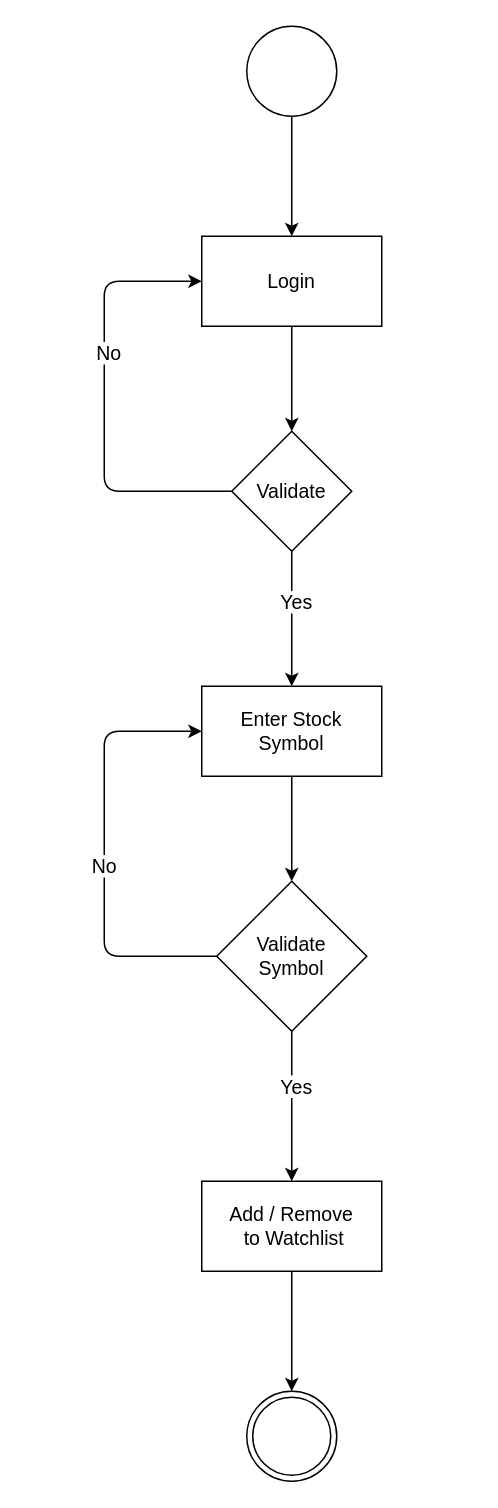
Earlier version of the draw.io diagram diagrams/Watchlist Activity.drawio (httpshahan/Pakistan-Stock-Exchange-Simulator). Source tidied: cells renumbered, new cells numbered last; positions are measured from the earlier drawing's top-left corner, leaving out a move shared by most shapes. Both pictures are drawn from the tidied source at 150%, with x=0, y=0 at pixel (104, 26).
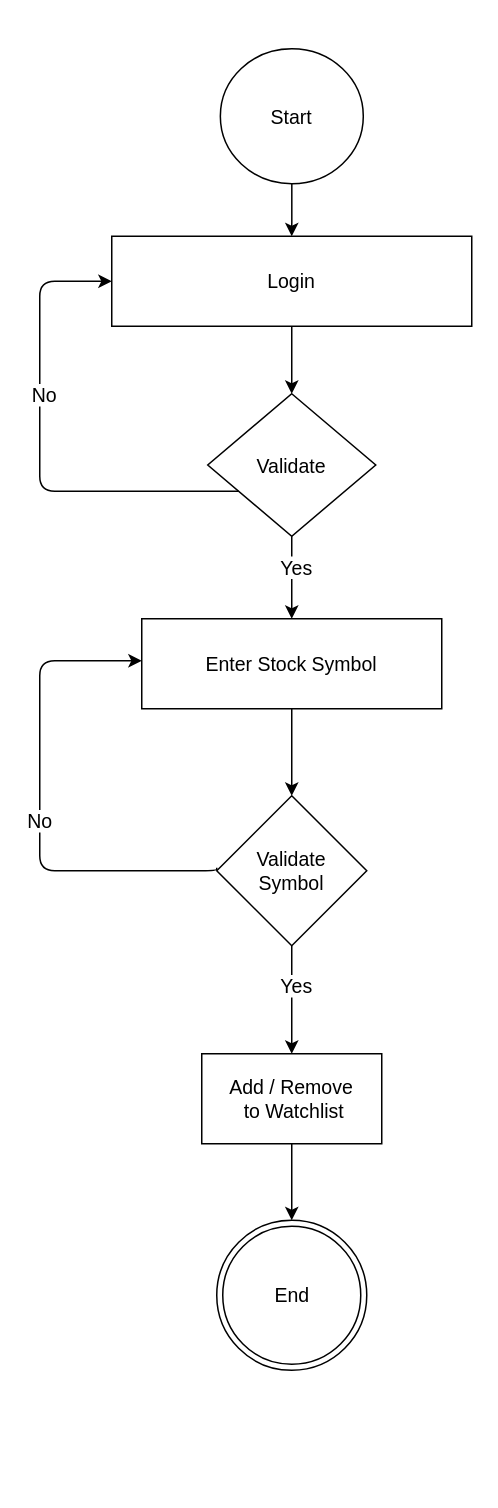
After the change.

The edit, as a diff of the source:
```diff
@@
-    <mxCell id="3" style="ellipse;fontSize=13;" parent="1" vertex="1">
-      <mxGeometry x="95" width="60" height="60" as="geometry" />
+    <mxCell id="3" value="Start" style="ellipse;fontSize=13;" parent="1" vertex="1">
+      <mxGeometry x="77.4" y="15" width="95.3" height="90" as="geometry" />
     </mxCell>
@@
     <mxCell id="5" value="Login" style="whiteSpace=wrap;html=1;fillColor=none;fontSize=13;" parent="1" vertex="1">
-      <mxGeometry x="65" y="140" width="120" height="60" as="geometry" />
+      <mxGeometry x="5" y="140" width="240" height="60" as="geometry" />
     </mxCell>
     <mxCell id="6" style="edgeStyle=orthogonalEdgeStyle;html=1;entryX=0;entryY=0.5;entryDx=0;entryDy=0;fontSize=13;" parent="1" edge="1" source="10" target="5">
       <mxGeometry relative="1" as="geometry">
         <Array as="points">
-          <mxPoint y="310" />
-          <mxPoint y="170" />
+          <mxPoint x="-43" y="310" />
+          <mxPoint x="-43" y="170" />
         </Array>
       </mxGeometry>
     </mxCell>
@@
     <mxCell id="10" value="Validate" style="rhombus;whiteSpace=wrap;html=1;fillColor=none;fontSize=13;" parent="1" vertex="1">
-      <mxGeometry x="85" y="270" width="80" height="80" as="geometry" />
+      <mxGeometry x="69" y="245" width="112" height="95" as="geometry" />
     </mxCell>
@@
     <mxCell id="12" value="Enter Stock Symbol" style="whiteSpace=wrap;html=1;fillColor=none;spacing=4;fontSize=13;" parent="1" vertex="1">
-      <mxGeometry x="65" y="440" width="120" height="60" as="geometry" />
+      <mxGeometry x="25" y="395" width="200" height="60" as="geometry" />
     </mxCell>
-    <mxCell id="13" style="edgeStyle=orthogonalEdgeStyle;html=1;exitX=0;exitY=0.5;exitDx=0;exitDy=0;entryX=0;entryY=0.5;entryDx=0;entryDy=0;fontSize=13;" parent="1" edge="1" source="17" target="12">
+    <mxCell id="13" style="edgeStyle=orthogonalEdgeStyle;html=1;exitX=0;exitY=0.5;exitDx=0;exitDy=0;entryX=0;entryY=0.5;entryDx=0;entryDy=0;fontSize=13;" parent="1" edge="1">
       <mxGeometry relative="1" as="geometry">
+        <mxPoint x="75" y="561" as="sourcePoint" />
+        <mxPoint x="25" y="423" as="targetPoint" />
         <Array as="points">
-          <mxPoint y="620" />
-          <mxPoint y="470" />
+          <mxPoint x="75" y="563" />
+          <mxPoint x="-43" y="563" />
+          <mxPoint x="-43" y="423" />
         </Array>
       </mxGeometry>
     </mxCell>
@@
     <mxCell id="17" value="Validate Symbol" style="rhombus;whiteSpace=wrap;html=1;fillColor=none;spacing=10;fontSize=13;" parent="1" vertex="1">
-      <mxGeometry x="75" y="570" width="100" height="100" as="geometry" />
+      <mxGeometry x="75" y="513" width="100" height="100" as="geometry" />
     </mxCell>
@@
     <mxCell id="19" value="Add / Remove&lt;br style=&quot;font-size: 13px;&quot;&gt;&amp;nbsp;to Watchlist" style="whiteSpace=wrap;html=1;fillColor=none;spacing=10;fontSize=13;" parent="1" vertex="1">
-      <mxGeometry x="65" y="770" width="120" height="60" as="geometry" />
+      <mxGeometry x="65" y="685" width="120" height="60" as="geometry" />
     </mxCell>
-    <mxCell id="20" style="ellipse;html=1;shape=endState;fontSize=13;" parent="1" vertex="1">
-      <mxGeometry x="95" y="910" width="60" height="60" as="geometry" />
+    <mxCell id="20" value="End" style="ellipse;html=1;shape=endState;fontSize=13;" parent="1" vertex="1">
+      <mxGeometry x="75" y="796" width="100" height="100" as="geometry" />
     </mxCell>
```
